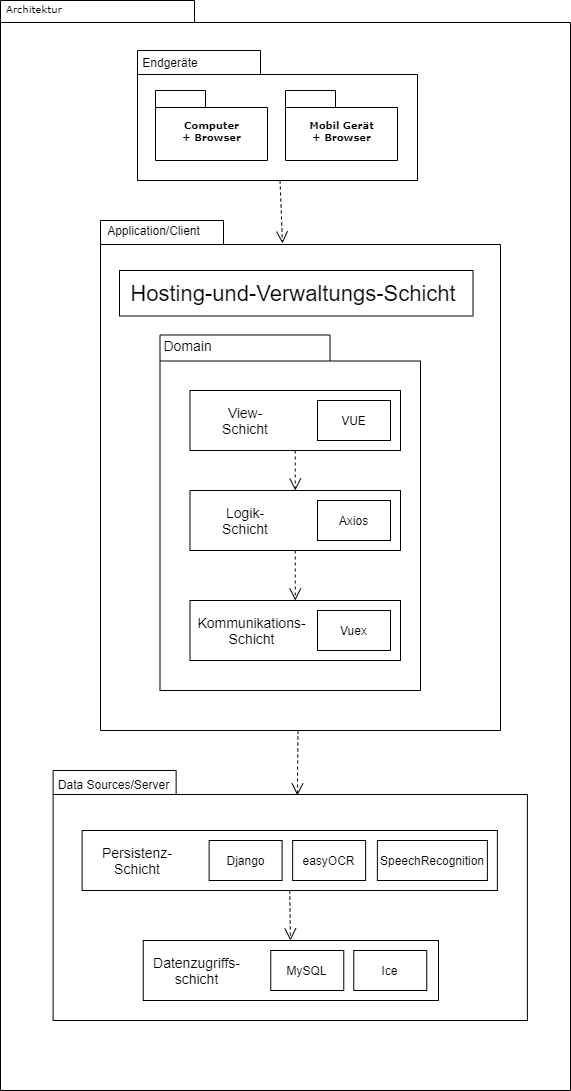
This is technische Beschreibung/schichtenmodell.png from MindCollector-Softwareprojekt2021/MindCollector, a draw.io export, as it was before one commit. Source tidied: cells renumbered, new cells last; positions are measured from the earlier drawing's top-left corner, leaving out a move shared by most shapes.
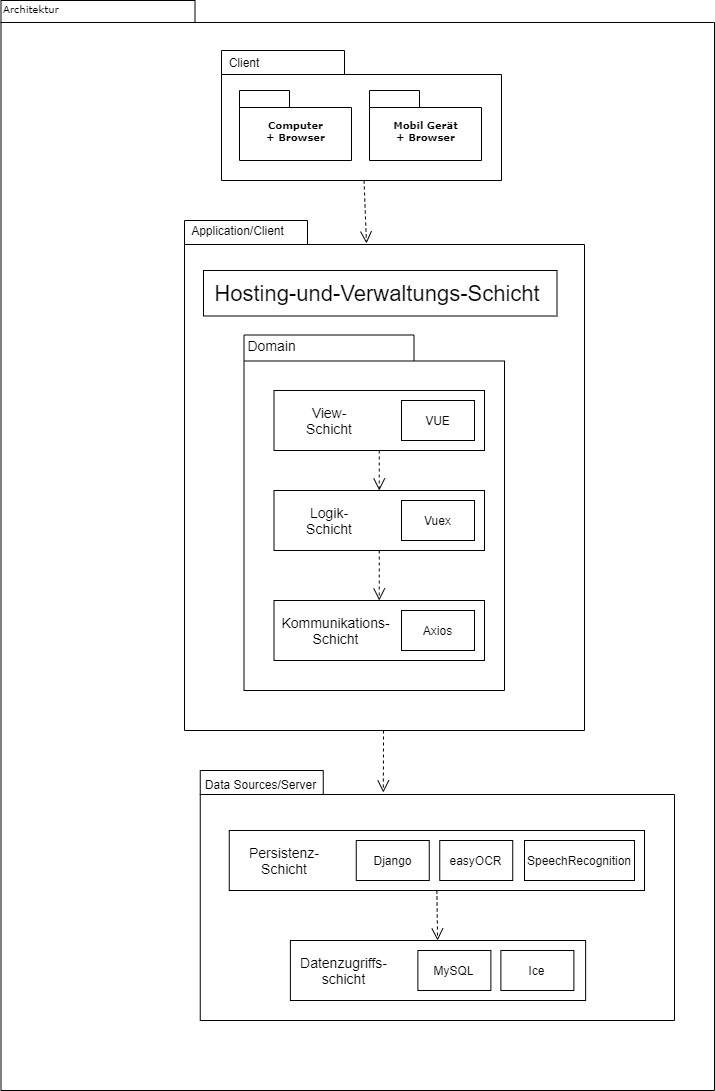
Above is the later version.

The edit, as a diff of the source:
```diff
@@ -3,13 +3,13 @@
     <mxCell id="0" />
     <mxCell id="1" parent="0" />
     <mxCell id="2" style="shape=folder;fontStyle=1;spacingTop=10;tabWidth=194;tabHeight=22;tabPosition=left;html=1;rounded=0;shadow=0;comic=0;labelBackgroundColor=none;strokeWidth=1;fillColor=none;fontFamily=Verdana;fontSize=10;align=center;" parent="1" vertex="1">
-      <mxGeometry width="570" height="1090" as="geometry" />
+      <mxGeometry x="-83.5" width="713.5" height="1090" as="geometry" />
     </mxCell>
     <mxCell id="3" style="shape=folder;fontStyle=1;spacingTop=10;tabWidth=123;tabHeight=24;tabPosition=left;html=1;rounded=0;shadow=0;comic=0;labelBackgroundColor=none;strokeWidth=1;fontFamily=Verdana;fontSize=10;align=center;" parent="1" vertex="1">
-      <mxGeometry x="52.6" y="770" width="474.2" height="250" as="geometry" />
+      <mxGeometry x="115.8" y="770" width="474.2" height="250" as="geometry" />
     </mxCell>
     <mxCell id="4" style="rounded=0;whiteSpace=wrap;html=1;fontSize=14;" parent="1" vertex="1">
-      <mxGeometry x="81.6" y="830" width="415.2" height="60" as="geometry" />
+      <mxGeometry x="144.8" y="830" width="415.2" height="60" as="geometry" />
     </mxCell>
     <mxCell id="5" style="group;" parent="1" vertex="1">
       <mxGeometry x="137" y="50" width="280" height="130" as="geometry" />
@@ -23,10 +23,7 @@
     <mxCell id="8" value="Mobil Gerät&lt;br&gt;+ Browser" style="shape=folder;fontStyle=1;spacingTop=10;tabWidth=50;tabHeight=17;tabPosition=left;html=1;rounded=0;shadow=0;comic=0;labelBackgroundColor=none;strokeWidth=1;fontFamily=Verdana;fontSize=10;align=center;" parent="5" vertex="1">
       <mxGeometry x="148" y="40" width="112" height="70" as="geometry" />
     </mxCell>
-    <mxCell id="9" value="Endgeräte" style="text;html=1;strokeColor=none;fillColor=none;align=center;verticalAlign=middle;whiteSpace=wrap;rounded=0;" parent="5" vertex="1">
-      <mxGeometry x="13" y="2" width="40" height="20" as="geometry" />
-    </mxCell>
-    <mxCell id="10" style="edgeStyle=none;rounded=0;html=1;entryX=0.515;entryY=0.1;entryPerimeter=0;dashed=1;labelBackgroundColor=none;startFill=0;endArrow=open;endFill=0;endSize=10;fontFamily=Verdana;fontSize=10;entryDx=0;entryDy=0;" parent="1" edge="1" source="11" target="3">
+    <mxCell id="10" style="edgeStyle=none;rounded=0;html=1;entryX=0.386;entryY=0.088;entryPerimeter=0;dashed=1;labelBackgroundColor=none;startFill=0;endArrow=open;endFill=0;endSize=10;fontFamily=Verdana;fontSize=10;entryDx=0;entryDy=0;" parent="1" edge="1" source="11" target="3">
       <mxGeometry relative="1" as="geometry" />
     </mxCell>
     <mxCell id="11" style="shape=folder;fontStyle=1;spacingTop=10;tabWidth=123;tabHeight=24;tabPosition=left;html=1;rounded=0;shadow=0;comic=0;labelBackgroundColor=none;strokeColor=#000000;strokeWidth=1;fillColor=#ffffff;fontFamily=Verdana;fontSize=10;fontColor=#000000;align=center;" parent="1" vertex="1">
@@ -39,13 +36,16 @@
       <mxGeometry relative="1" as="geometry" />
     </mxCell>
     <mxCell id="14" value="Architektur" style="text;html=1;align=left;verticalAlign=top;spacingTop=-4;fontSize=10;fontFamily=Verdana;" parent="1" vertex="1">
-      <mxGeometry x="4" width="130" height="20" as="geometry" />
+      <mxGeometry x="-83.5" width="130" height="20" as="geometry" />
     </mxCell>
+    <mxCell id="9" value="Client" style="text;html=1;strokeColor=none;fillColor=none;align=center;verticalAlign=middle;whiteSpace=wrap;rounded=0;" parent="1" vertex="1">
+      <mxGeometry x="140" y="52" width="40" height="20" as="geometry" />
+    </mxCell>
     <mxCell id="15" value="Application/Client" style="text;html=1;strokeColor=none;fillColor=none;align=center;verticalAlign=middle;whiteSpace=wrap;rounded=0;" parent="1" vertex="1">
       <mxGeometry x="118.5" y="220" width="69" height="20" as="geometry" />
     </mxCell>
     <mxCell id="16" value="Data Sources/Server" style="text;html=1;strokeColor=none;fillColor=none;align=center;verticalAlign=middle;whiteSpace=wrap;rounded=0;" parent="1" vertex="1">
-      <mxGeometry x="53.6" y="774" width="119" height="20" as="geometry" />
+      <mxGeometry x="116.8" y="774" width="119" height="20" as="geometry" />
     </mxCell>
     <mxCell id="17" style="rounded=0;whiteSpace=wrap;html=1;" parent="1" vertex="1">
       <mxGeometry x="119" y="270" width="353.5" height="45.5" as="geometry" />
@@ -71,7 +71,7 @@
     <mxCell id="24" value="&lt;span style=&quot;font-size: 14px&quot;&gt;Logik-Schicht&lt;/span&gt;" style="text;html=1;strokeColor=none;fillColor=none;align=center;verticalAlign=middle;whiteSpace=wrap;rounded=0;" parent="1" vertex="1">
       <mxGeometry x="224.5" y="510" width="40" height="20" as="geometry" />
     </mxCell>
-    <mxCell id="25" value="Axios" style="rounded=0;whiteSpace=wrap;html=1;" parent="1" vertex="1">
+    <mxCell id="25" value="Vuex" style="rounded=0;whiteSpace=wrap;html=1;" parent="1" vertex="1">
       <mxGeometry x="317" y="500" width="73" height="40" as="geometry" />
     </mxCell>
     <mxCell id="26" style="rounded=0;whiteSpace=wrap;html=1;fontSize=14;" parent="1" vertex="1">
@@ -80,7 +80,7 @@
     <mxCell id="27" value="&lt;span style=&quot;font-size: 14px&quot;&gt;Kommunikations-Schicht&lt;/span&gt;" style="text;html=1;strokeColor=none;fillColor=none;align=center;verticalAlign=middle;whiteSpace=wrap;rounded=0;" parent="1" vertex="1">
       <mxGeometry x="230" y="620" width="42.5" height="20" as="geometry" />
     </mxCell>
-    <mxCell id="28" value="Vuex" style="rounded=0;whiteSpace=wrap;html=1;" parent="1" vertex="1">
+    <mxCell id="28" value="Axios" style="rounded=0;whiteSpace=wrap;html=1;" parent="1" vertex="1">
       <mxGeometry x="317" y="610" width="73" height="40" as="geometry" />
     </mxCell>
     <mxCell id="29" style="rounded=0;html=1;dashed=1;labelBackgroundColor=none;startFill=0;endArrow=open;endFill=0;endSize=10;fontFamily=Verdana;fontSize=10;entryX=0.5;entryY=0;entryDx=0;entryDy=0;exitX=0.5;exitY=1;exitDx=0;exitDy=0;" parent="1" edge="1" source="20" target="23">
@@ -90,31 +90,31 @@
       <mxGeometry relative="1" as="geometry" />
     </mxCell>
     <mxCell id="31" value="Django" style="rounded=0;whiteSpace=wrap;html=1;" parent="1" vertex="1">
-      <mxGeometry x="208.6" y="840" width="73" height="40" as="geometry" />
+      <mxGeometry x="271.8" y="840" width="73" height="40" as="geometry" />
     </mxCell>
     <mxCell id="32" value="&lt;span style=&quot;font-size: 14px&quot;&gt;Persistenz-Schicht&lt;/span&gt;" style="text;html=1;strokeColor=none;fillColor=none;align=center;verticalAlign=middle;whiteSpace=wrap;rounded=0;" parent="1" vertex="1">
-      <mxGeometry x="116.6" y="850" width="40" height="20" as="geometry" />
+      <mxGeometry x="179.8" y="850" width="40" height="20" as="geometry" />
     </mxCell>
     <mxCell id="33" style="rounded=0;whiteSpace=wrap;html=1;fontSize=14;" parent="1" vertex="1">
-      <mxGeometry x="142.8" y="940" width="295.2" height="60" as="geometry" />
+      <mxGeometry x="205.9" y="940" width="295.2" height="60" as="geometry" />
     </mxCell>
     <mxCell id="34" value="&lt;span style=&quot;font-size: 14px&quot;&gt;Datenzugriffs-schicht&lt;/span&gt;" style="text;html=1;strokeColor=none;fillColor=none;align=center;verticalAlign=middle;whiteSpace=wrap;rounded=0;" parent="1" vertex="1">
-      <mxGeometry x="175.3" y="960" width="42.5" height="20" as="geometry" />
+      <mxGeometry x="238.4" y="960" width="42.5" height="20" as="geometry" />
     </mxCell>
     <mxCell id="35" value="MySQL" style="rounded=0;whiteSpace=wrap;html=1;" parent="1" vertex="1">
-      <mxGeometry x="270.3" y="950" width="73" height="40" as="geometry" />
+      <mxGeometry x="333.4" y="950" width="73" height="40" as="geometry" />
     </mxCell>
     <mxCell id="36" style="rounded=0;html=1;dashed=1;labelBackgroundColor=none;startFill=0;endArrow=open;endFill=0;endSize=10;fontFamily=Verdana;fontSize=10;exitX=0.5;exitY=1;exitDx=0;exitDy=0;" parent="1" edge="1" source="4" target="33">
       <mxGeometry relative="1" as="geometry" />
     </mxCell>
     <mxCell id="37" value="Ice" style="rounded=0;whiteSpace=wrap;html=1;" parent="1" vertex="1">
-      <mxGeometry x="353.3" y="950" width="73" height="40" as="geometry" />
+      <mxGeometry x="416.4" y="950" width="73" height="40" as="geometry" />
     </mxCell>
     <mxCell id="38" value="easyOCR" style="rounded=0;whiteSpace=wrap;html=1;" parent="1" vertex="1">
-      <mxGeometry x="292.1" y="840" width="73" height="40" as="geometry" />
+      <mxGeometry x="355.2" y="840" width="73" height="40" as="geometry" />
     </mxCell>
     <mxCell id="39" value="SpeechRecognition" style="rounded=0;whiteSpace=wrap;html=1;" parent="1" vertex="1">
-      <mxGeometry x="376.9" y="840" width="110" height="40" as="geometry" />
+      <mxGeometry x="440" y="840" width="110" height="40" as="geometry" />
     </mxCell>
   </root>
 </mxGraphModel>
```
